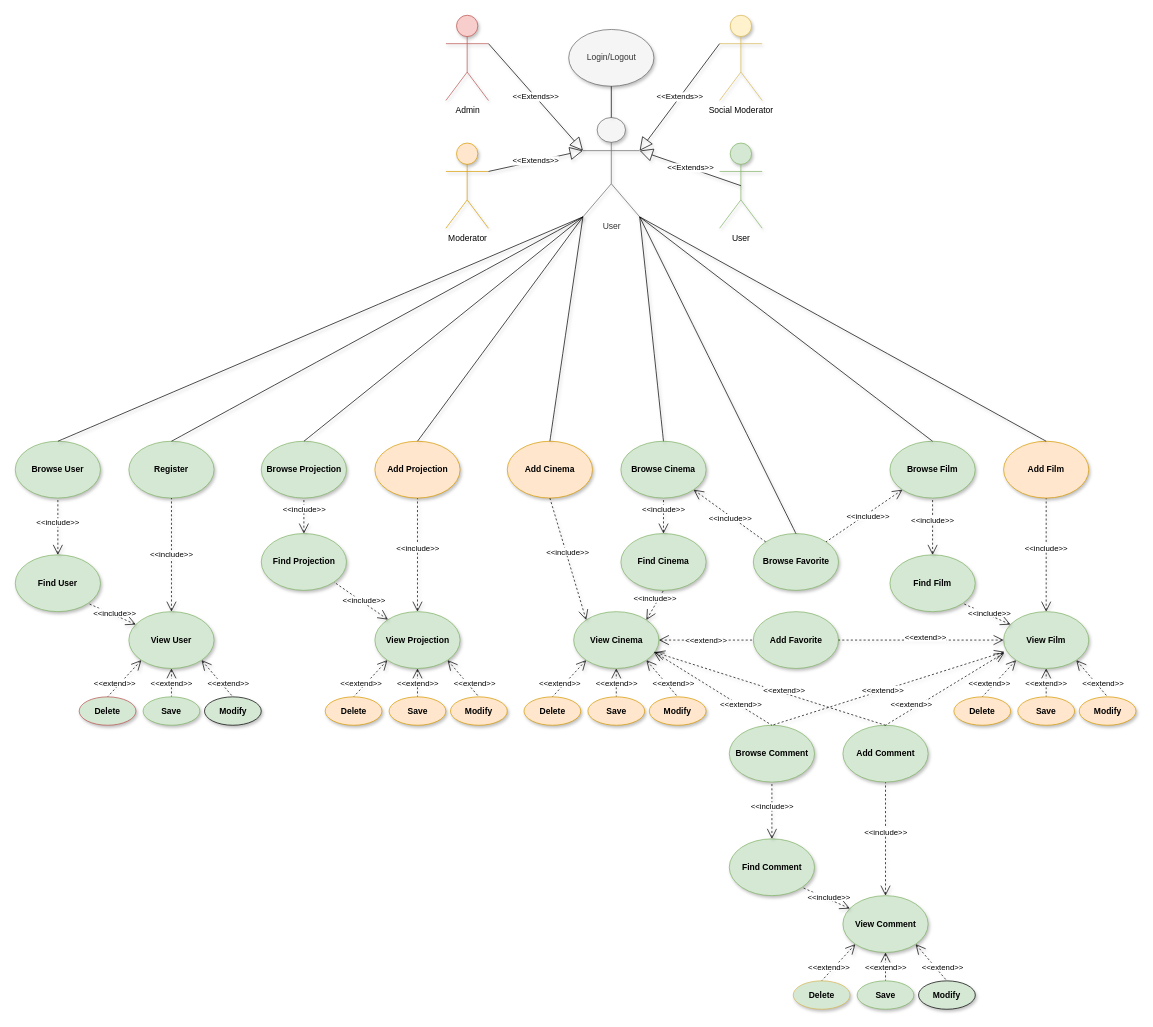
The draw.io diagram Task1/Documentation/Diagrams/Use Case.drawio in unipi-fr/LargeScaleMultiStructureDatabases, before the edit. Source tidied: cells renumbered, new cells numbered last; positions are measured from the earlier drawing's top-left corner, leaving out a move shared by most shapes. Both pictures are drawn from the tidied source at 71%, with x=0, y=0 at pixel (15, 15).
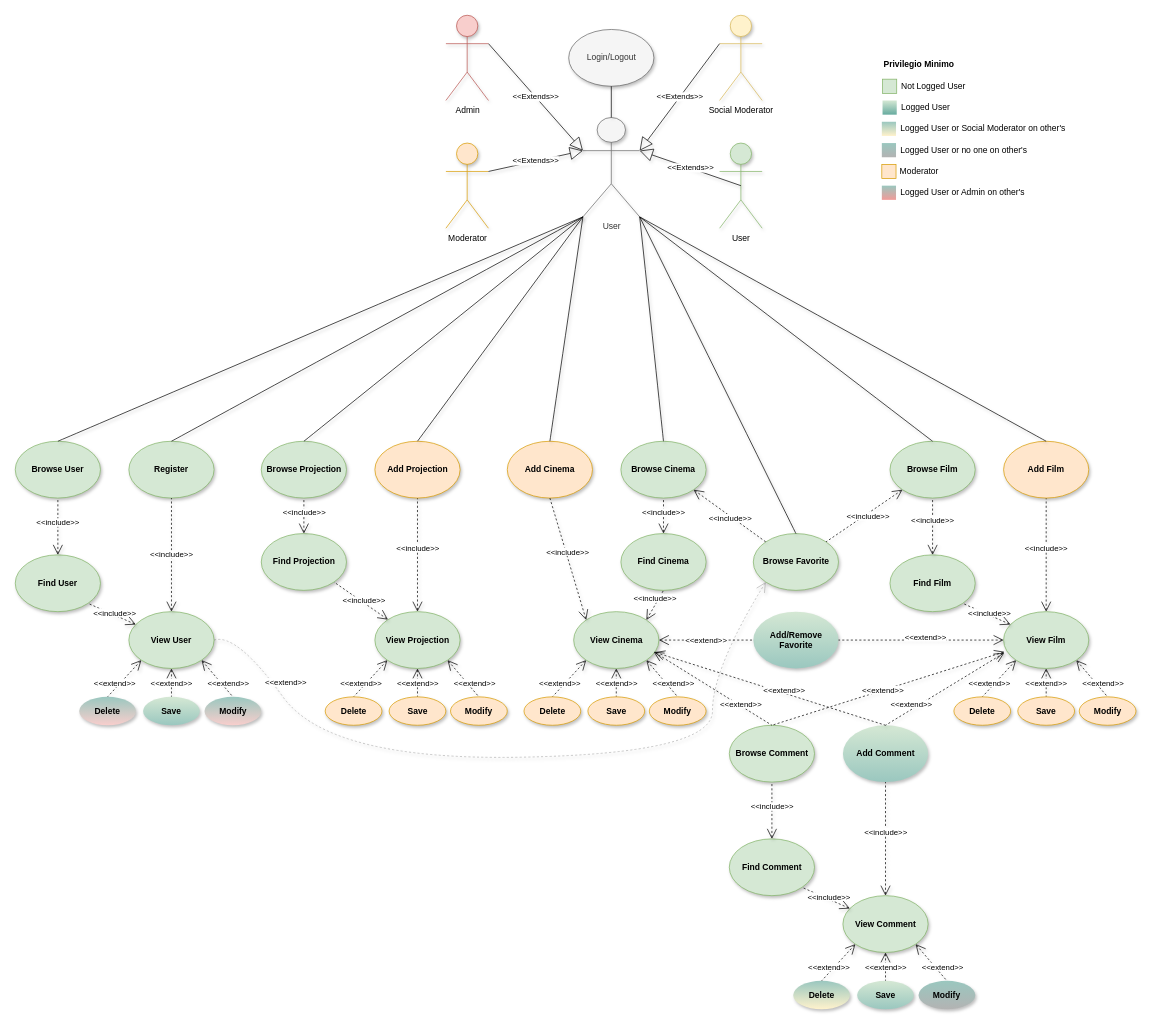
After the change.

Commit message (it also covers changes not shown here):
Use Case Definitivo(?)

Unchanged cells that the change refers to:
```xml
<mxCell id="8" value="Browse Favorite" style="ellipse;whiteSpace=wrap;html=1;fontStyle=1;fillColor=#d5e8d4;strokeColor=#82b366;shadow=1;" parent="1" vertex="1">
  <mxGeometry x="1039.5" y="730" width="120" height="80" as="geometry" />
</mxCell>
<mxCell id="26" value="View User" style="ellipse;whiteSpace=wrap;html=1;fontStyle=1;fillColor=#d5e8d4;strokeColor=#82b366;shadow=1;" parent="1" vertex="1">
  <mxGeometry x="160" y="840" width="120" height="80" as="geometry" />
</mxCell>
<mxCell id="42" value="Find Projection" style="ellipse;whiteSpace=wrap;html=1;fontStyle=1;fillColor=#d5e8d4;strokeColor=#82b366;shadow=1;" parent="1" vertex="1">
  <mxGeometry x="346.5" y="730" width="120" height="80" as="geometry" />
</mxCell>
<mxCell id="45" value="&lt;b&gt;Browse&amp;nbsp;&lt;/b&gt;Projection" style="ellipse;whiteSpace=wrap;html=1;fontStyle=1;fillColor=#d5e8d4;strokeColor=#82b366;shadow=1;" parent="1" vertex="1">
  <mxGeometry x="346.5" y="600" width="120" height="80" as="geometry" />
</mxCell>
<mxCell id="54" value="Find Cinema" style="ellipse;whiteSpace=wrap;html=1;fontStyle=1;fillColor=#d5e8d4;strokeColor=#82b366;shadow=1;direction=east;" parent="1" vertex="1">
  <mxGeometry x="853" y="730" width="120" height="80" as="geometry" />
</mxCell>
<mxCell id="55" value="Browse Cinema" style="ellipse;whiteSpace=wrap;html=1;fontStyle=1;fillColor=#d5e8d4;strokeColor=#82b366;shadow=1;direction=east;" parent="1" vertex="1">
  <mxGeometry x="853" y="600" width="120" height="80" as="geometry" />
</mxCell>
```

Change to the diagram source:
```diff
@@
+    <mxCell id="97" value="&lt;span style=&quot;background-color: rgb(255 , 255 , 255)&quot;&gt;&amp;lt;&amp;lt;extend&amp;gt;&amp;gt;&lt;/span&gt;" style="edgeStyle=none;html=1;startArrow=open;endArrow=none;startSize=12;verticalAlign=bottom;dashed=1;labelBackgroundColor=none;entryX=1;entryY=0.5;entryDx=0;entryDy=0;shadow=1;exitX=0;exitY=1;exitDx=0;exitDy=0;jumpStyle=arc;curved=1;fillColor=#f5f5f5;strokeColor=#B3B3B3;" parent="1" edge="1" source="8" target="26">
+      <mxGeometry x="0.74" y="-10" relative="1" as="geometry">
+        <Array as="points">
+          <mxPoint x="982" y="920" />
+          <mxPoint x="982" y="1040" />
+          <mxPoint x="442" y="1050" />
+          <mxPoint x="312" y="870" />
+        </Array>
+      </mxGeometry>
+    </mxCell>
@@
-    <mxCell id="9" value="Add Favorite" style="ellipse;whiteSpace=wrap;html=1;fontStyle=1;fillColor=#d5e8d4;strokeColor=#82b366;shadow=1;" parent="1" vertex="1">
+    <mxCell id="9" value="Add/Remove Favorite" style="ellipse;whiteSpace=wrap;html=1;fontStyle=1;fillColor=#d5e8d4;strokeColor=none;shadow=1;gradientColor=#9AC7BF;" parent="1" vertex="1">
       <mxGeometry x="1039.5" y="840" width="120" height="80" as="geometry" />
     </mxCell>
@@
-    <mxCell id="15" value="Delete" style="ellipse;whiteSpace=wrap;html=1;fontStyle=1;fillColor=#d5e8d4;strokeColor=#D6B656;shadow=1;" parent="1" vertex="1">
+    <mxCell id="15" value="Delete" style="ellipse;whiteSpace=wrap;html=1;fontStyle=1;fillColor=#9AC7BF;strokeColor=none;shadow=1;gradientColor=#FFF2CC;" parent="1" vertex="1">
       <mxGeometry x="1095.7" y="1360" width="80" height="40" as="geometry" />
     </mxCell>
-    <mxCell id="16" value="Save" style="ellipse;whiteSpace=wrap;html=1;fontStyle=1;fillColor=#d5e8d4;strokeColor=#82b366;shadow=1;" parent="1" vertex="1">
+    <mxCell id="16" value="Save" style="ellipse;whiteSpace=wrap;html=1;fontStyle=1;fillColor=#d5e8d4;strokeColor=none;shadow=1;gradientColor=#9AC7BF;" parent="1" vertex="1">
       <mxGeometry x="1185.7" y="1360" width="80" height="40" as="geometry" />
     </mxCell>
-    <mxCell id="17" value="Modify" style="ellipse;whiteSpace=wrap;html=1;fontStyle=1;fillColor=#d5e8d4;strokeColor=#000000;shadow=1;" parent="1" vertex="1">
+    <mxCell id="17" value="Modify" style="ellipse;whiteSpace=wrap;html=1;fontStyle=1;fillColor=#9AC7BF;strokeColor=none;shadow=1;gradientColor=#B3B3B3;" parent="1" vertex="1">
       <mxGeometry x="1272.2" y="1360" width="80" height="40" as="geometry" />
     </mxCell>
@@
-    <mxCell id="21" value="Add Comment" style="ellipse;whiteSpace=wrap;html=1;fontStyle=1;fillColor=#d5e8d4;strokeColor=#82b366;shadow=1;" parent="1" vertex="1">
+    <mxCell id="21" value="Add Comment" style="ellipse;whiteSpace=wrap;html=1;fontStyle=1;fillColor=#d5e8d4;strokeColor=none;shadow=1;gradientColor=#9AC7BF;" parent="1" vertex="1">
       <mxGeometry x="1165.7" y="1000" width="120" height="80" as="geometry" />
     </mxCell>
@@
-    <mxCell id="27" value="Delete" style="ellipse;whiteSpace=wrap;html=1;fontStyle=1;fillColor=#d5e8d4;strokeColor=#B85450;shadow=1;" parent="1" vertex="1">
+    <mxCell id="27" value="Delete" style="ellipse;whiteSpace=wrap;html=1;fontStyle=1;fillColor=#9AC7BF;strokeColor=none;shadow=1;gradientColor=#F8CECC;" parent="1" vertex="1">
       <mxGeometry x="90" y="960" width="80" height="40" as="geometry" />
     </mxCell>
-    <mxCell id="28" value="Save" style="ellipse;whiteSpace=wrap;html=1;fontStyle=1;fillColor=#d5e8d4;strokeColor=#82b366;shadow=1;" parent="1" vertex="1">
+    <mxCell id="28" value="Save" style="ellipse;whiteSpace=wrap;html=1;fontStyle=1;fillColor=#d5e8d4;strokeColor=none;shadow=1;gradientColor=#9AC7BF;" parent="1" vertex="1">
       <mxGeometry x="180" y="960" width="80" height="40" as="geometry" />
     </mxCell>
-    <mxCell id="29" value="Modify" style="ellipse;whiteSpace=wrap;html=1;fontStyle=1;fillColor=#d5e8d4;strokeColor=#000000;shadow=1;" parent="1" vertex="1">
+    <mxCell id="29" value="Modify" style="ellipse;whiteSpace=wrap;html=1;fontStyle=1;fillColor=#9AC7BF;strokeColor=none;shadow=1;gradientColor=#F8CECC;" parent="1" vertex="1">
       <mxGeometry x="266.5" y="960" width="80" height="40" as="geometry" />
     </mxCell>
@@
     <mxCell id="46" value="&lt;span style=&quot;background-color: rgb(255 , 255 , 255)&quot;&gt;&amp;lt;&amp;lt;include&amp;gt;&amp;gt;&lt;/span&gt;" style="edgeStyle=none;html=1;startArrow=open;endArrow=none;startSize=12;verticalAlign=bottom;dashed=1;labelBackgroundColor=none;entryX=0.5;entryY=1;entryDx=0;entryDy=0;exitX=0.5;exitY=0;exitDx=0;exitDy=0;shadow=1;" parent="1" edge="1" source="42" target="45">
-      <mxGeometry relative="1" as="geometry" />
+      <mxGeometry x="-0.2" relative="1" as="geometry" />
     </mxCell>
@@
     <mxCell id="84" value="&lt;span style=&quot;background-color: rgb(255 , 255 , 255)&quot;&gt;&amp;lt;&amp;lt;include&amp;gt;&amp;gt;&lt;/span&gt;" style="edgeStyle=none;html=1;startArrow=open;endArrow=none;startSize=12;verticalAlign=bottom;dashed=1;labelBackgroundColor=none;entryX=0.5;entryY=1;entryDx=0;entryDy=0;shadow=1;" parent="1" edge="1" source="54" target="55">
-      <mxGeometry relative="1" as="geometry" />
+      <mxGeometry x="-0.2" relative="1" as="geometry" />
     </mxCell>
@@
+    <mxCell id="98" style="rounded=0;whiteSpace=wrap;html=1;strokeColor=none;fillColor=#d5e8d4;gradientColor=#67AB9F;" parent="1" vertex="1">
+      <mxGeometry x="1221.5" y="120" width="20" height="20" as="geometry" />
+    </mxCell>
+    <mxCell id="99" value="Logged User" style="text;html=1;strokeColor=none;fillColor=none;align=left;verticalAlign=middle;whiteSpace=wrap;rounded=0;" parent="1" vertex="1">
+      <mxGeometry x="1245.5" y="120" width="87" height="20" as="geometry" />
+    </mxCell>
+    <mxCell id="100" style="rounded=0;whiteSpace=wrap;html=1;strokeColor=#82b366;fillColor=#d5e8d4;" parent="1" vertex="1">
+      <mxGeometry x="1221.5" y="90" width="20" height="20" as="geometry" />
+    </mxCell>
+    <mxCell id="101" value="Not Logged User" style="text;html=1;strokeColor=none;fillColor=none;align=left;verticalAlign=middle;whiteSpace=wrap;rounded=0;" parent="1" vertex="1">
+      <mxGeometry x="1245.5" y="90" width="96" height="20" as="geometry" />
+    </mxCell>
+    <mxCell id="102" value="Privilegio Minimo" style="text;html=1;strokeColor=none;fillColor=none;align=center;verticalAlign=middle;whiteSpace=wrap;rounded=0;shadow=0;fontStyle=1;" parent="1" vertex="1">
+      <mxGeometry x="1212.5" y="60" width="120" height="20" as="geometry" />
+    </mxCell>
+    <mxCell id="103" style="rounded=0;whiteSpace=wrap;html=1;strokeColor=none;fillColor=#9AC7BF;gradientColor=#FFF2CC;" parent="1" vertex="1">
+      <mxGeometry x="1220.5" y="150" width="20" height="20" as="geometry" />
+    </mxCell>
+    <mxCell id="104" value="Logged User or Social Moderator on other's" style="text;html=1;strokeColor=none;fillColor=none;align=left;verticalAlign=middle;whiteSpace=wrap;rounded=0;" parent="1" vertex="1">
+      <mxGeometry x="1244.5" y="150" width="247" height="20" as="geometry" />
+    </mxCell>
+    <mxCell id="105" style="rounded=0;whiteSpace=wrap;html=1;strokeColor=none;fillColor=#9AC7BF;gradientColor=#B3B3B3;" parent="1" vertex="1">
+      <mxGeometry x="1220.5" y="180" width="20" height="20" as="geometry" />
+    </mxCell>
+    <mxCell id="106" value="Logged User or no one on other's" style="text;html=1;strokeColor=none;fillColor=none;align=left;verticalAlign=middle;whiteSpace=wrap;rounded=0;" parent="1" vertex="1">
+      <mxGeometry x="1244.5" y="180" width="227" height="20" as="geometry" />
+    </mxCell>
+    <mxCell id="107" style="rounded=0;whiteSpace=wrap;html=1;strokeColor=#d79b00;fillColor=#ffe6cc;" parent="1" vertex="1">
+      <mxGeometry x="1220.5" y="210" width="20" height="20" as="geometry" />
+    </mxCell>
+    <mxCell id="108" value="Moderator" style="text;html=1;strokeColor=none;fillColor=none;align=left;verticalAlign=middle;whiteSpace=wrap;rounded=0;" parent="1" vertex="1">
+      <mxGeometry x="1243.5" y="210" width="96" height="20" as="geometry" />
+    </mxCell>
+    <mxCell id="109" style="rounded=0;whiteSpace=wrap;html=1;strokeColor=none;fillColor=#9AC7BF;gradientColor=#F19C99;" parent="1" vertex="1">
+      <mxGeometry x="1220.5" y="240" width="20" height="20" as="geometry" />
+    </mxCell>
+    <mxCell id="110" value="Logged User or Admin on other's" style="text;html=1;strokeColor=none;fillColor=none;align=left;verticalAlign=middle;whiteSpace=wrap;rounded=0;" parent="1" vertex="1">
+      <mxGeometry x="1244.5" y="240" width="247" height="20" as="geometry" />
+    </mxCell>
```
